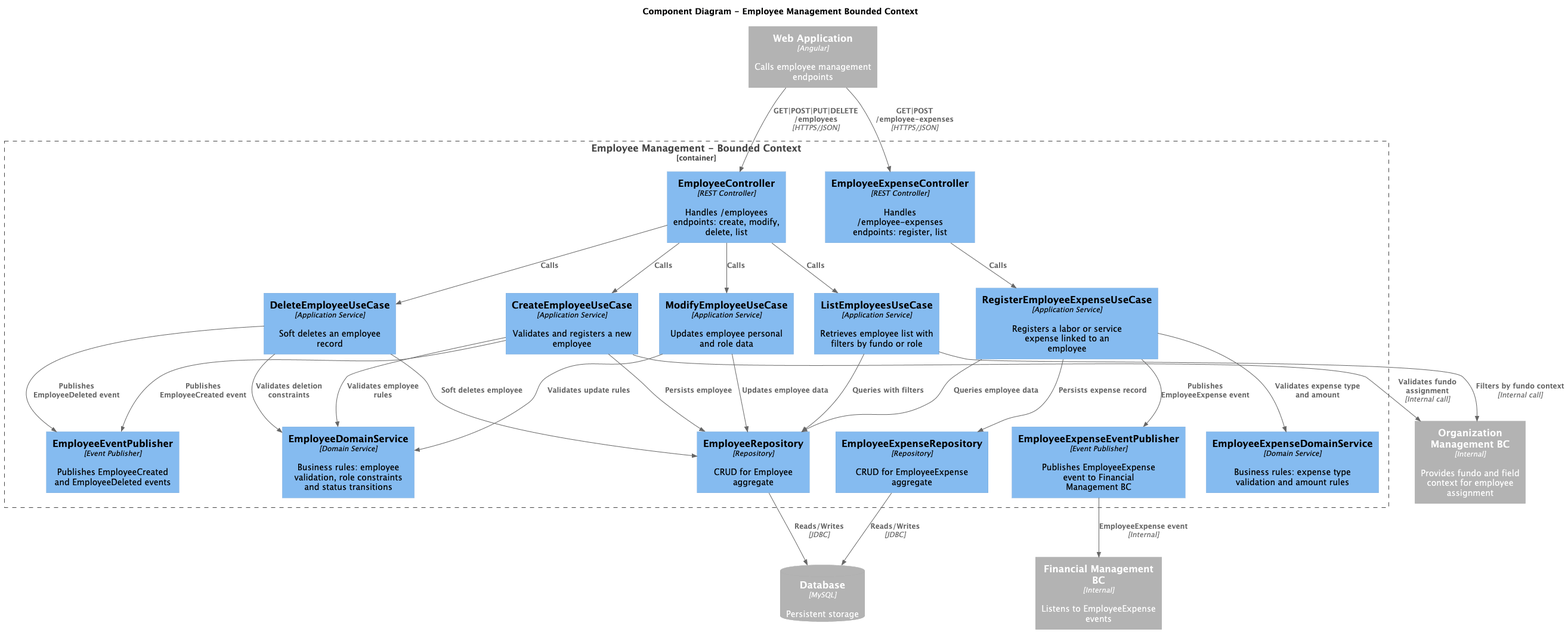
Earlier version of the PlantUML export docs/Arquitecture/img/ComponentDiagramEmployee.png (upc-pre-202610-1asi0729-11881-greenspot/kampo-report).
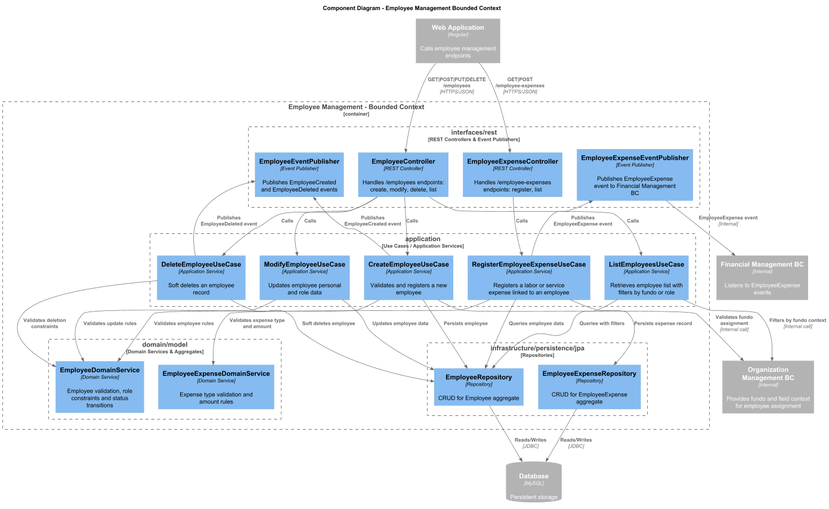
Above is the later version.

The edit, as a diff of the source:
```diff
@@ -13,27 +13,34 @@
 
 Container_Boundary(employeeBC, "Employee Management - Bounded Context") {
 
-    Component(employeeController,   "EmployeeController",          "REST Controller",     "Handles /employees endpoints: create, modify, delete, list")
-    Component(expenseController,    "EmployeeExpenseController",   "REST Controller",     "Handles /employee-expenses endpoints: register, list")
+    Boundary(interfaces, "interfaces/rest", "REST Controllers & Event Publishers") {
+        Component(employeeController,  "EmployeeController",           "REST Controller", "Handles /employees endpoints: create, modify, delete, list")
+        Component(expenseController,   "EmployeeExpenseController",    "REST Controller", "Handles /employee-expenses endpoints: register, list")
+        Component(employeeExpensePub,  "EmployeeExpenseEventPublisher","Event Publisher", "Publishes EmployeeExpense event to Financial Management BC")
+        Component(employeeEventPub,    "EmployeeEventPublisher",       "Event Publisher", "Publishes EmployeeCreated and EmployeeDeleted events")
+    }
 
-    Component(createEmployeeUC,     "CreateEmployeeUseCase",       "Application Service", "Validates and registers a new employee")
-    Component(modifyEmployeeUC,     "ModifyEmployeeUseCase",       "Application Service", "Updates employee personal and role data")
-    Component(deleteEmployeeUC,     "DeleteEmployeeUseCase",       "Application Service", "Soft deletes an employee record")
-    Component(listEmployeesUC,      "ListEmployeesUseCase",        "Application Service", "Retrieves employee list with filters by fundo or role")
-    Component(registerExpenseUC,    "RegisterEmployeeExpenseUseCase","Application Service","Registers a labor or service expense linked to an employee")
+    Boundary(application, "application", "Use Cases / Application Services") {
+        Component(createEmployeeUC,  "CreateEmployeeUseCase",          "Application Service", "Validates and registers a new employee")
+        Component(modifyEmployeeUC,  "ModifyEmployeeUseCase",          "Application Service", "Updates employee personal and role data")
+        Component(deleteEmployeeUC,  "DeleteEmployeeUseCase",          "Application Service", "Soft deletes an employee record")
+        Component(listEmployeesUC,   "ListEmployeesUseCase",           "Application Service", "Retrieves employee list with filters by fundo or role")
+        Component(registerExpenseUC, "RegisterEmployeeExpenseUseCase", "Application Service", "Registers a labor or service expense linked to an employee")
+    }
 
-    Component(employeeDomainSvc,    "EmployeeDomainService",       "Domain Service",      "Business rules: employee validation, role constraints and status transitions")
-    Component(expenseDomainSvc,     "EmployeeExpenseDomainService","Domain Service",      "Business rules: expense type validation and amount rules")
+    Boundary(domain, "domain/model", "Domain Services & Aggregates") {
+        Component(employeeDomainSvc, "EmployeeDomainService",          "Domain Service", "Employee validation, role constraints and status transitions")
+        Component(expenseDomainSvc,  "EmployeeExpenseDomainService",   "Domain Service", "Expense type validation and amount rules")
+    }
 
-    Component(employeeRepo,         "EmployeeRepository",          "Repository",          "CRUD for Employee aggregate")
-    Component(expenseRepo,          "EmployeeExpenseRepository",   "Repository",          "CRUD for EmployeeExpense aggregate")
-
-    Component(employeeExpensePub,   "EmployeeExpenseEventPublisher","Event Publisher",    "Publishes EmployeeExpense event to Financial Management BC")
-    Component(employeeEventPub,     "EmployeeEventPublisher",      "Event Publisher",     "Publishes EmployeeCreated and EmployeeDeleted events")
+    Boundary(infrastructure, "infrastructure/persistence/jpa", "Repositories") {
+        Component(employeeRepo, "EmployeeRepository",      "Repository", "CRUD for Employee aggregate")
+        Component(expenseRepo,  "EmployeeExpenseRepository","Repository", "CRUD for EmployeeExpense aggregate")
+    }
 }
 
-Rel(spa, employeeController,  "GET|POST|PUT|DELETE /employees",         "HTTPS/JSON")
-Rel(spa, expenseController,   "GET|POST /employee-expenses",            "HTTPS/JSON")
+Rel(spa, employeeController, "GET|POST|PUT|DELETE /employees",  "HTTPS/JSON")
+Rel(spa, expenseController,  "GET|POST /employee-expenses",     "HTTPS/JSON")
 
 Rel(employeeController, createEmployeeUC,  "Calls")
 Rel(employeeController, modifyEmployeeUC,  "Calls")
@@ -41,25 +48,24 @@
 Rel(employeeController, listEmployeesUC,   "Calls")
 Rel(expenseController,  registerExpenseUC, "Calls")
 
-Rel(createEmployeeUC,  employeeDomainSvc,  "Validates employee rules")
-Rel(createEmployeeUC,  employeeRepo,       "Persists employee")
+Rel(createEmployeeUC,  employeeDomainSvc, "Validates employee rules")
+Rel(modifyEmployeeUC,  employeeDomainSvc, "Validates update rules")
+Rel(deleteEmployeeUC,  employeeDomainSvc, "Validates deletion constraints")
+Rel(registerExpenseUC, expenseDomainSvc,  "Validates expense type and amount")
+
+Rel(createEmployeeUC,  employeeRepo, "Persists employee")
+Rel(modifyEmployeeUC,  employeeRepo, "Updates employee data")
+Rel(deleteEmployeeUC,  employeeRepo, "Soft deletes employee")
+Rel(listEmployeesUC,   employeeRepo, "Queries with filters")
+Rel(registerExpenseUC, employeeRepo, "Queries employee data")
+Rel(registerExpenseUC, expenseRepo,  "Persists expense record")
+
 Rel(createEmployeeUC,  employeeEventPub,   "Publishes EmployeeCreated event")
-Rel(createEmployeeUC,  orgBC,              "Validates fundo assignment", "Internal call")
+Rel(deleteEmployeeUC,  employeeEventPub,   "Publishes EmployeeDeleted event")
+Rel(registerExpenseUC, employeeExpensePub, "Publishes EmployeeExpense event")
 
-Rel(modifyEmployeeUC,  employeeDomainSvc,  "Validates update rules")
-Rel(modifyEmployeeUC,  employeeRepo,       "Updates employee data")
-
-Rel(deleteEmployeeUC,  employeeDomainSvc,  "Validates deletion constraints")
-Rel(deleteEmployeeUC,  employeeRepo,       "Soft deletes employee")
-Rel(deleteEmployeeUC,  employeeEventPub,   "Publishes EmployeeDeleted event")
-
-Rel(listEmployeesUC,   employeeRepo,       "Queries with filters")
-Rel(listEmployeesUC,   orgBC,              "Filters by fundo context", "Internal call")
-
-Rel(registerExpenseUC, expenseDomainSvc,   "Validates expense type and amount")
-Rel(registerExpenseUC, employeeRepo,       "Queries employee data")
-Rel(registerExpenseUC, expenseRepo,        "Persists expense record")
-Rel(registerExpenseUC, employeeExpensePub, "Publishes EmployeeExpense event")
+Rel(createEmployeeUC, orgBC, "Validates fundo assignment", "Internal call")
+Rel(listEmployeesUC,  orgBC, "Filters by fundo context",  "Internal call")
 
 Rel(employeeRepo, db, "Reads/Writes", "JDBC")
 Rel(expenseRepo,  db, "Reads/Writes", "JDBC")
```
